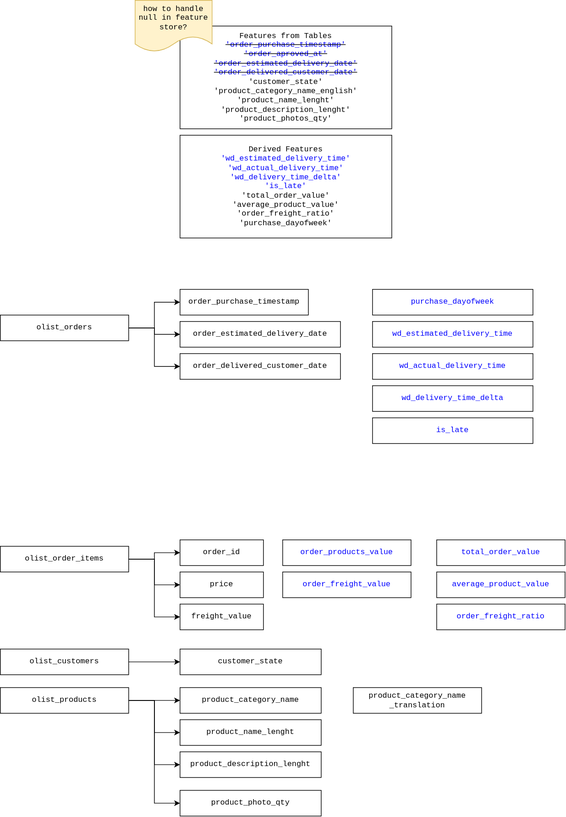
Earlier version of the draw.io export olist-mlops.drawio.svg (joshuavaple/draw-io). Source tidied: cells renumbered, new cells last; positions are measured from the earlier drawing's top-left corner, leaving out a move shared by most shapes.
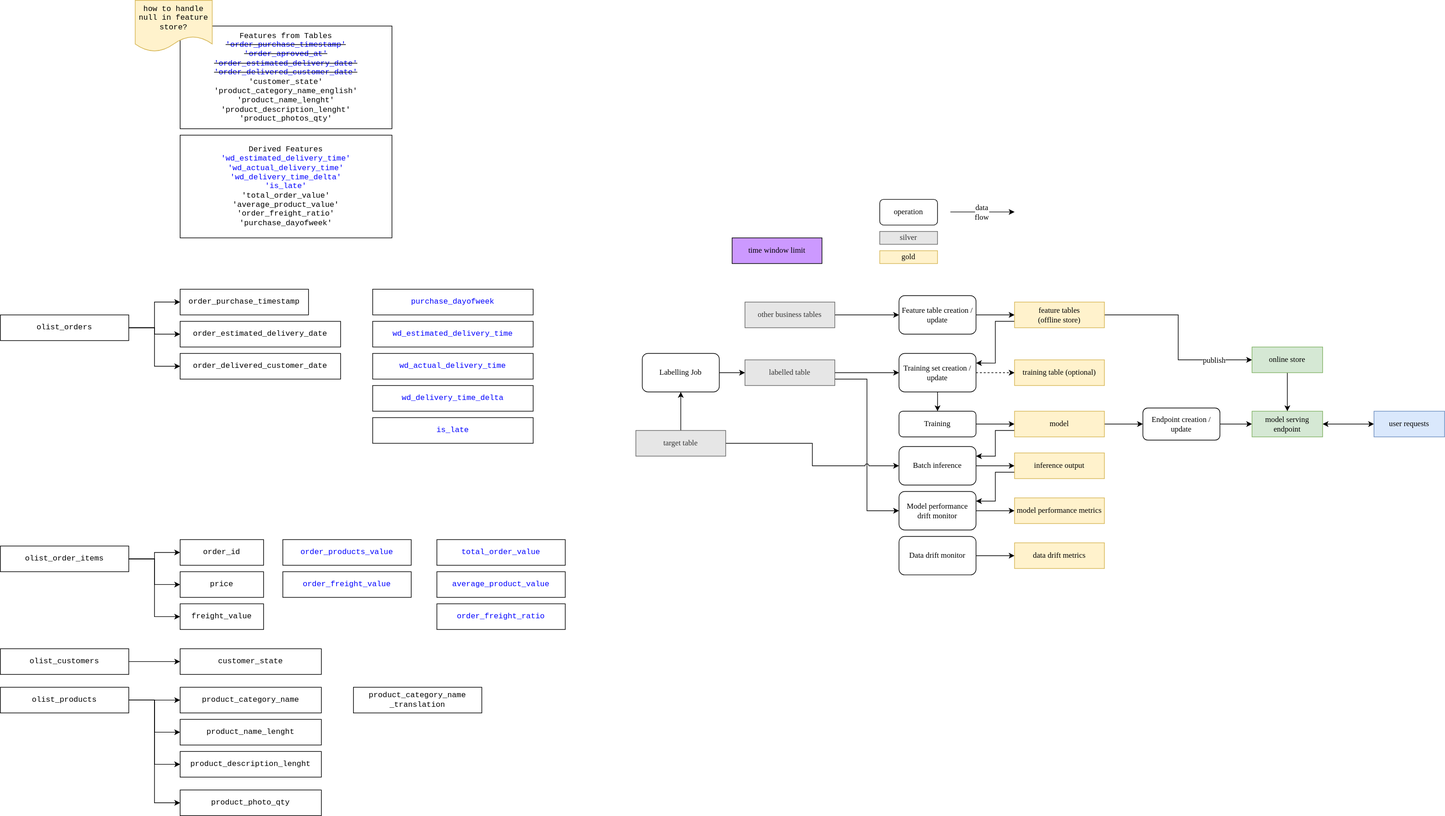
After the commit.

Commit message:
added training-to-inference flows

The edit, as a diff of the source:
```diff
@@ -122,5 +122,154 @@
     <mxCell id="41" value="purchase_dayofweek" style="rounded=0;whiteSpace=wrap;html=1;spacing=5;fontFamily=Courier New;fontColor=#0000FF;" parent="1" vertex="1">
       <mxGeometry x="580" y="450" width="250" height="40" as="geometry" />
     </mxCell>
+    <mxCell id="42" style="edgeStyle=orthogonalEdgeStyle;rounded=0;jettySize=auto;html=1;entryX=0;entryY=0.5;entryDx=0;entryDy=0;fontFamily=Lucida Console;fontSize=12;fontColor=default;" parent="1" edge="1" source="44" target="54">
+      <mxGeometry relative="1" as="geometry" />
+    </mxCell>
+    <mxCell id="43" style="edgeStyle=orthogonalEdgeStyle;rounded=0;jettySize=auto;html=1;entryX=0;entryY=0.5;entryDx=0;entryDy=0;fontFamily=Lucida Console;fontSize=12;fontColor=default;exitX=1;exitY=0.75;exitDx=0;exitDy=0;" parent="1" edge="1" source="44" target="69">
+      <mxGeometry relative="1" as="geometry" />
+    </mxCell>
+    <mxCell id="44" value="labelled table" style="rounded=0;whiteSpace=wrap;html=1;spacing=5;fontFamily=Lucida Console;fillColor=#E6E6E6;fontColor=#333333;strokeColor=#666666;" parent="1" vertex="1">
+      <mxGeometry x="1160" y="560" width="140" height="40" as="geometry" />
+    </mxCell>
+    <mxCell id="45" style="edgeStyle=orthogonalEdgeStyle;rounded=0;jettySize=auto;html=1;entryX=0;entryY=0.5;entryDx=0;entryDy=0;fontFamily=Lucida Console;fontSize=12;fontColor=default;" parent="1" edge="1" source="46" target="50">
+      <mxGeometry relative="1" as="geometry" />
+    </mxCell>
+    <mxCell id="46" value="Feature table creation / update" style="rounded=1;whiteSpace=wrap;html=1;spacing=5;fontFamily=Lucida Console;" parent="1" vertex="1">
+      <mxGeometry x="1400" y="460" width="120" height="60" as="geometry" />
+    </mxCell>
+    <mxCell id="47" style="edgeStyle=orthogonalEdgeStyle;rounded=0;jettySize=auto;html=1;entryX=1;entryY=0.25;entryDx=0;entryDy=0;fontFamily=Lucida Console;fontSize=12;fontColor=default;exitX=0;exitY=0.75;exitDx=0;exitDy=0;" parent="1" edge="1" source="50" target="54">
+      <mxGeometry relative="1" as="geometry" />
+    </mxCell>
+    <mxCell id="48" style="edgeStyle=orthogonalEdgeStyle;rounded=0;jettySize=auto;html=1;entryX=0;entryY=0.5;entryDx=0;entryDy=0;fontFamily=Lucida Console;fontSize=12;fontColor=default;" parent="1" edge="1" source="50" target="88">
+      <mxGeometry relative="1" as="geometry" />
+    </mxCell>
+    <mxCell id="49" value="publish" style="edgeLabel;html=1;align=center;verticalAlign=middle;rounded=1;strokeColor=default;spacing=5;fontFamily=Lucida Console;fontSize=12;fontColor=default;fillColor=default;" parent="48" vertex="1">
+      <mxGeometry x="0.51" relative="1" as="geometry">
+        <mxPoint x="13" as="offset" />
+      </mxGeometry>
+    </mxCell>
+    <mxCell id="50" value="feature tables&lt;div&gt;(offline store)&lt;/div&gt;" style="rounded=0;whiteSpace=wrap;html=1;spacing=5;fontFamily=Lucida Console;fillColor=#fff2cc;strokeColor=#d6b656;" parent="1" vertex="1">
+      <mxGeometry x="1580" y="470" width="140" height="40" as="geometry" />
+    </mxCell>
+    <mxCell id="51" style="edgeStyle=orthogonalEdgeStyle;rounded=0;jettySize=auto;html=1;entryX=0;entryY=0.5;entryDx=0;entryDy=0;fontFamily=Lucida Console;fontSize=12;fontColor=default;exitX=1;exitY=0.5;exitDx=0;exitDy=0;" parent="1" edge="1" source="82" target="58">
+      <mxGeometry relative="1" as="geometry" />
+    </mxCell>
+    <mxCell id="52" style="edgeStyle=orthogonalEdgeStyle;rounded=0;jettySize=auto;html=1;entryX=0;entryY=0.5;entryDx=0;entryDy=0;fontFamily=Lucida Console;fontSize=12;fontColor=default;dashed=1;" parent="1" edge="1" source="54" target="55">
+      <mxGeometry relative="1" as="geometry" />
+    </mxCell>
+    <mxCell id="53" style="edgeStyle=orthogonalEdgeStyle;rounded=0;jettySize=auto;html=1;entryX=0.5;entryY=0;entryDx=0;entryDy=0;fontFamily=Lucida Console;fontSize=12;fontColor=default;" parent="1" edge="1" source="54" target="82">
+      <mxGeometry relative="1" as="geometry" />
+    </mxCell>
+    <mxCell id="54" value="Training set creation / update" style="rounded=1;whiteSpace=wrap;html=1;spacing=5;fontFamily=Lucida Console;" parent="1" vertex="1">
+      <mxGeometry x="1400" y="550" width="120" height="60" as="geometry" />
+    </mxCell>
+    <mxCell id="55" value="training table (optional)" style="rounded=0;whiteSpace=wrap;html=1;spacing=5;fontFamily=Lucida Console;fillColor=#fff2cc;strokeColor=#d6b656;" parent="1" vertex="1">
+      <mxGeometry x="1580" y="560" width="140" height="40" as="geometry" />
+    </mxCell>
+    <mxCell id="56" style="edgeStyle=orthogonalEdgeStyle;rounded=0;jettySize=auto;html=1;entryX=1;entryY=0.25;entryDx=0;entryDy=0;fontFamily=Lucida Console;fontSize=12;fontColor=default;exitX=0;exitY=0.75;exitDx=0;exitDy=0;" parent="1" edge="1" source="58" target="60">
+      <mxGeometry relative="1" as="geometry" />
+    </mxCell>
+    <mxCell id="57" style="edgeStyle=orthogonalEdgeStyle;rounded=0;jettySize=auto;html=1;entryX=0;entryY=0.5;entryDx=0;entryDy=0;fontFamily=Lucida Console;fontSize=12;fontColor=default;" parent="1" edge="1" source="58" target="84">
+      <mxGeometry relative="1" as="geometry" />
+    </mxCell>
+    <mxCell id="58" value="model" style="rounded=0;whiteSpace=wrap;html=1;spacing=5;fontFamily=Lucida Console;fillColor=#fff2cc;strokeColor=#d6b656;" parent="1" vertex="1">
+      <mxGeometry x="1580" y="640" width="140" height="40" as="geometry" />
+    </mxCell>
+    <mxCell id="59" style="edgeStyle=orthogonalEdgeStyle;rounded=0;jettySize=auto;html=1;entryX=0;entryY=0.5;entryDx=0;entryDy=0;fontFamily=Lucida Console;fontSize=12;fontColor=default;" parent="1" edge="1" source="60" target="62">
+      <mxGeometry relative="1" as="geometry" />
+    </mxCell>
+    <mxCell id="60" value="Batch inference" style="rounded=1;whiteSpace=wrap;html=1;spacing=5;fontFamily=Lucida Console;" parent="1" vertex="1">
+      <mxGeometry x="1400" y="695" width="120" height="60" as="geometry" />
+    </mxCell>
+    <mxCell id="61" style="edgeStyle=orthogonalEdgeStyle;rounded=0;jettySize=auto;html=1;entryX=1;entryY=0.25;entryDx=0;entryDy=0;fontFamily=Lucida Console;fontSize=12;fontColor=default;exitX=0;exitY=0.75;exitDx=0;exitDy=0;" parent="1" edge="1" source="62" target="69">
+      <mxGeometry relative="1" as="geometry" />
+    </mxCell>
+    <mxCell id="62" value="inference output" style="rounded=0;whiteSpace=wrap;html=1;spacing=5;fontFamily=Lucida Console;fillColor=#fff2cc;strokeColor=#d6b656;" parent="1" vertex="1">
+      <mxGeometry x="1580" y="705" width="140" height="40" as="geometry" />
+    </mxCell>
+    <mxCell id="63" value="time window limit" style="rounded=0;whiteSpace=wrap;html=1;spacing=5;fontFamily=Lucida Console;fillColor=#CC99FF;" parent="1" vertex="1">
+      <mxGeometry x="1140" y="370" width="140" height="40" as="geometry" />
+    </mxCell>
+    <mxCell id="64" style="edgeStyle=orthogonalEdgeStyle;rounded=0;jettySize=auto;html=1;entryX=0;entryY=0.5;entryDx=0;entryDy=0;fontFamily=Lucida Console;fontSize=12;fontColor=default;" parent="1" edge="1" source="66" target="46">
+      <mxGeometry relative="1" as="geometry" />
+    </mxCell>
+    <mxCell id="65" style="edgeStyle=orthogonalEdgeStyle;rounded=0;jettySize=auto;html=1;entryX=0;entryY=0.5;entryDx=0;entryDy=0;fontFamily=Lucida Console;fontSize=12;fontColor=default;jumpStyle=arc;" parent="1" edge="1" source="76" target="60">
+      <mxGeometry relative="1" as="geometry" />
+    </mxCell>
+    <mxCell id="66" value="other business tables" style="rounded=0;whiteSpace=wrap;html=1;spacing=5;fontFamily=Lucida Console;fillColor=#E6E6E6;fontColor=#333333;strokeColor=#666666;" parent="1" vertex="1">
+      <mxGeometry x="1160" y="470" width="140" height="40" as="geometry" />
+    </mxCell>
+    <mxCell id="67" value="model performance metrics" style="rounded=0;whiteSpace=wrap;html=1;spacing=5;fontFamily=Lucida Console;fillColor=#fff2cc;strokeColor=#d6b656;" parent="1" vertex="1">
+      <mxGeometry x="1580" y="775" width="140" height="40" as="geometry" />
+    </mxCell>
+    <mxCell id="68" style="edgeStyle=orthogonalEdgeStyle;rounded=0;jettySize=auto;html=1;entryX=0;entryY=0.5;entryDx=0;entryDy=0;fontFamily=Lucida Console;fontSize=12;fontColor=default;" parent="1" edge="1" source="69" target="67">
+      <mxGeometry relative="1" as="geometry" />
+    </mxCell>
+    <mxCell id="69" value="Model performance drift monitor" style="rounded=1;whiteSpace=wrap;html=1;spacing=5;fontFamily=Lucida Console;" parent="1" vertex="1">
+      <mxGeometry x="1400" y="765" width="120" height="60" as="geometry" />
+    </mxCell>
+    <mxCell id="70" style="edgeStyle=orthogonalEdgeStyle;rounded=0;jettySize=auto;html=1;entryX=0;entryY=0.5;entryDx=0;entryDy=0;fontFamily=Lucida Console;fontSize=12;fontColor=default;" parent="1" edge="1" source="71" target="44">
+      <mxGeometry relative="1" as="geometry" />
+    </mxCell>
+    <mxCell id="71" value="Labelling Job" style="rounded=1;whiteSpace=wrap;html=1;spacing=5;fontFamily=Lucida Console;" parent="1" vertex="1">
+      <mxGeometry x="1000" y="550" width="120" height="60" as="geometry" />
+    </mxCell>
+    <mxCell id="72" style="edgeStyle=orthogonalEdgeStyle;rounded=0;jettySize=auto;html=1;entryX=0;entryY=0.5;entryDx=0;entryDy=0;fontFamily=Lucida Console;fontSize=12;fontColor=default;" parent="1" edge="1" source="73" target="74">
+      <mxGeometry relative="1" as="geometry" />
+    </mxCell>
+    <mxCell id="73" value="Data drift monitor" style="rounded=1;whiteSpace=wrap;html=1;spacing=5;fontFamily=Lucida Console;" parent="1" vertex="1">
+      <mxGeometry x="1400" y="835" width="120" height="60" as="geometry" />
+    </mxCell>
+    <mxCell id="74" value="data drift metrics" style="rounded=0;whiteSpace=wrap;html=1;spacing=5;fontFamily=Lucida Console;fillColor=#fff2cc;strokeColor=#d6b656;" parent="1" vertex="1">
+      <mxGeometry x="1580" y="845" width="140" height="40" as="geometry" />
+    </mxCell>
+    <mxCell id="75" style="edgeStyle=orthogonalEdgeStyle;rounded=0;jettySize=auto;html=1;entryX=0.5;entryY=1;entryDx=0;entryDy=0;fontFamily=Lucida Console;fontSize=12;fontColor=default;" parent="1" edge="1" source="76" target="71">
+      <mxGeometry relative="1" as="geometry" />
+    </mxCell>
+    <mxCell id="76" value="target table" style="rounded=0;whiteSpace=wrap;html=1;spacing=5;fontFamily=Lucida Console;fillColor=#E6E6E6;fontColor=#333333;strokeColor=#666666;" parent="1" vertex="1">
+      <mxGeometry x="990" y="670" width="140" height="40" as="geometry" />
+    </mxCell>
+    <mxCell id="77" value="silver" style="rounded=0;whiteSpace=wrap;html=1;spacing=5;fontFamily=Lucida Console;fillColor=#E6E6E6;fontColor=#333333;strokeColor=#666666;" parent="1" vertex="1">
+      <mxGeometry x="1370" y="360" width="90" height="20" as="geometry" />
+    </mxCell>
+    <mxCell id="78" value="gold" style="rounded=0;whiteSpace=wrap;html=1;spacing=5;fontFamily=Lucida Console;fillColor=#fff2cc;strokeColor=#d6b656;" parent="1" vertex="1">
+      <mxGeometry x="1370" y="390" width="90" height="20" as="geometry" />
+    </mxCell>
+    <mxCell id="79" value="operation" style="rounded=1;whiteSpace=wrap;html=1;spacing=5;fontFamily=Lucida Console;" parent="1" vertex="1">
+      <mxGeometry x="1370" y="310" width="90" height="40" as="geometry" />
+    </mxCell>
+    <mxCell id="80" style="edgeStyle=orthogonalEdgeStyle;rounded=0;orthogonalLoop=1;jettySize=auto;html=1;entryX=0;entryY=0.5;entryDx=0;entryDy=0;fontFamily=Lucida Console;fontSize=12;fontColor=default;" parent="1" edge="1">
+      <mxGeometry relative="1" as="geometry">
+        <mxPoint x="1480" y="329.7" as="sourcePoint" />
+        <mxPoint x="1580" y="329.7" as="targetPoint" />
+      </mxGeometry>
+    </mxCell>
+    <mxCell id="81" value="data&lt;div&gt;flow&lt;/div&gt;" style="edgeLabel;html=1;align=center;verticalAlign=middle;rounded=1;strokeColor=default;spacing=5;fontFamily=Lucida Console;fontSize=12;fontColor=default;fillColor=default;" parent="80" vertex="1">
+      <mxGeometry x="-0.03" relative="1" as="geometry" />
+    </mxCell>
+    <mxCell id="82" value="Training" style="rounded=1;whiteSpace=wrap;html=1;spacing=5;fontFamily=Lucida Console;" parent="1" vertex="1">
+      <mxGeometry x="1400" y="640" width="120" height="40" as="geometry" />
+    </mxCell>
+    <mxCell id="83" style="edgeStyle=orthogonalEdgeStyle;rounded=0;jettySize=auto;html=1;entryX=0;entryY=0.5;entryDx=0;entryDy=0;fontFamily=Lucida Console;fontSize=12;fontColor=default;" parent="1" edge="1" source="84" target="86">
+      <mxGeometry relative="1" as="geometry" />
+    </mxCell>
+    <mxCell id="84" value="Endpoint creation / update" style="rounded=1;whiteSpace=wrap;html=1;spacing=5;fontFamily=Lucida Console;" parent="1" vertex="1">
+      <mxGeometry x="1780" y="635" width="120" height="50" as="geometry" />
+    </mxCell>
+    <mxCell id="85" style="edgeStyle=orthogonalEdgeStyle;rounded=0;jettySize=auto;html=1;fontFamily=Lucida Console;fontSize=12;fontColor=default;entryX=0;entryY=0.5;entryDx=0;entryDy=0;startArrow=classic;startFill=1;" parent="1" edge="1" source="86" target="89">
+      <mxGeometry relative="1" as="geometry" />
+    </mxCell>
+    <mxCell id="86" value="model serving endpoint" style="rounded=0;whiteSpace=wrap;html=1;spacing=5;fontFamily=Lucida Console;fillColor=#d5e8d4;strokeColor=#82b366;" parent="1" vertex="1">
+      <mxGeometry x="1950" y="640" width="110" height="40" as="geometry" />
+    </mxCell>
+    <mxCell id="87" style="edgeStyle=orthogonalEdgeStyle;rounded=0;jettySize=auto;html=1;entryX=0.5;entryY=0;entryDx=0;entryDy=0;fontFamily=Lucida Console;fontSize=12;fontColor=default;" parent="1" edge="1" source="88" target="86">
+      <mxGeometry relative="1" as="geometry" />
+    </mxCell>
+    <mxCell id="88" value="online store" style="rounded=0;whiteSpace=wrap;html=1;spacing=5;fontFamily=Lucida Console;fillColor=#d5e8d4;strokeColor=#82b366;" parent="1" vertex="1">
+      <mxGeometry x="1950" y="540" width="110" height="40" as="geometry" />
+    </mxCell>
+    <mxCell id="89" value="user requests" style="rounded=0;whiteSpace=wrap;html=1;spacing=5;fontFamily=Lucida Console;fillColor=#dae8fc;strokeColor=#6c8ebf;" parent="1" vertex="1">
+      <mxGeometry x="2140" y="640" width="110" height="40" as="geometry" />
+    </mxCell>
   </root>
 </mxGraphModel>
```
